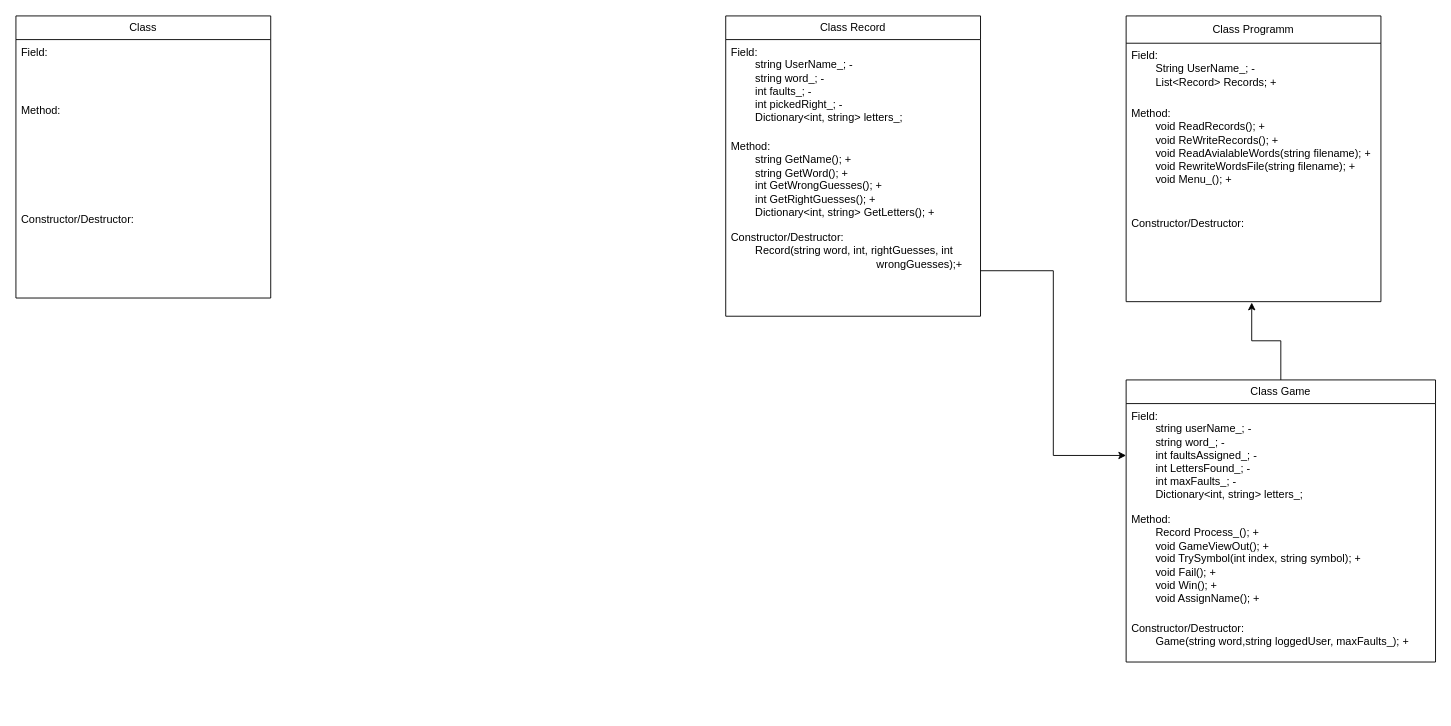
This is Hanged Man UML.drawio from RiftSquadronFounder/Hanged-Man, a draw.io file, before an edit. Source tidied: cells renumbered, new cells numbered last; positions are measured from the earlier drawing's top-left corner, leaving out a move shared by most shapes. Both pictures are drawn from the tidied source at 91%, with x=0, y=0 at pixel (15, 15).
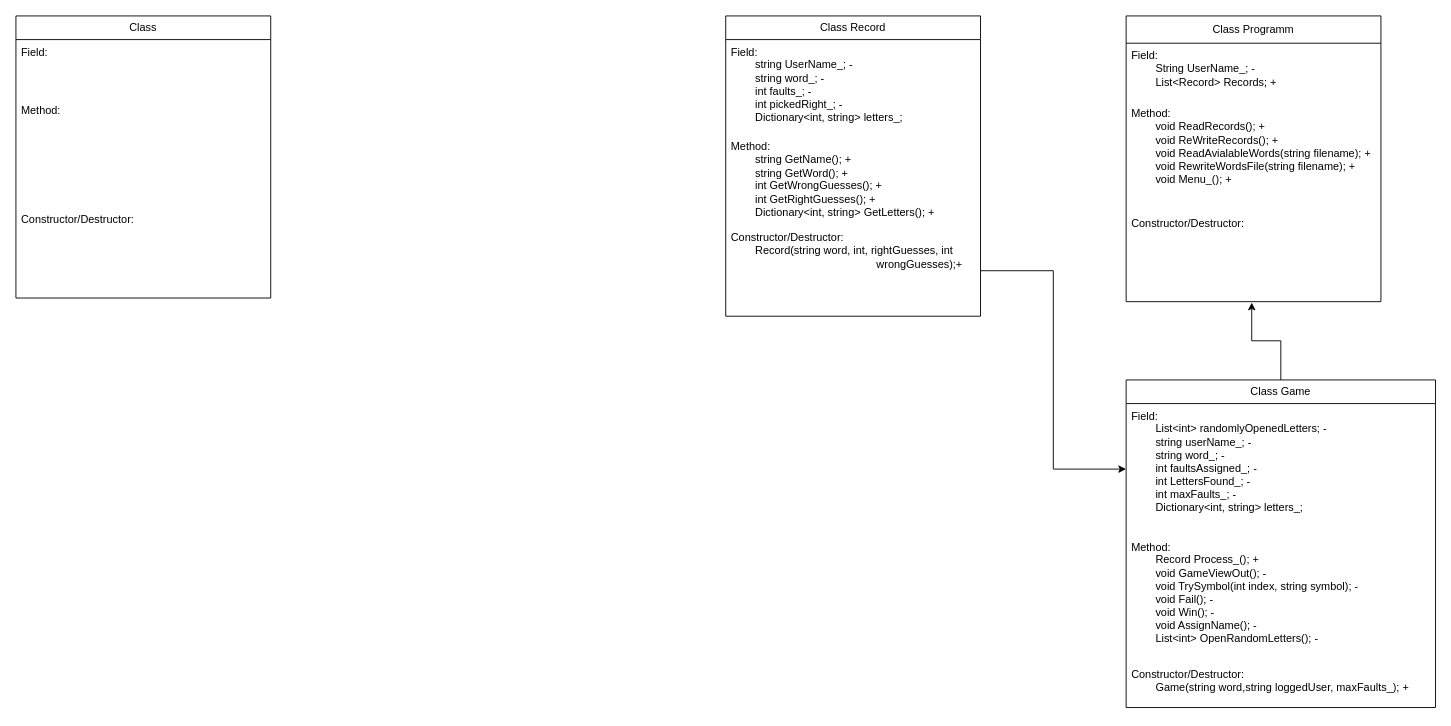
After the change.

Diff of the diagram source:
```diff
@@
 <mxGraphModel>
   <root>
     <mxCell id="0" />
     <mxCell id="1" parent="0" />
     <mxCell id="2" value="Class" style="swimlane;fontStyle=0;horizontal=1;startSize=26;fillColor=none;whiteSpace=wrap;html=1;" parent="1" vertex="1">
       <mxGeometry width="280" height="310" as="geometry" />
     </mxCell>
     <mxCell id="3" value="Field:&amp;nbsp;" style="text;strokeColor=none;fillColor=none;align=left;verticalAlign=top;spacingLeft=4;spacingRight=4;overflow=hidden;whiteSpace=wrap;html=1;" parent="2" vertex="1">
       <mxGeometry y="26" width="280" height="64" as="geometry" />
     </mxCell>
     <mxCell id="4" value="Method:" style="text;strokeColor=none;fillColor=none;align=left;verticalAlign=top;spacingLeft=4;spacingRight=4;overflow=hidden;whiteSpace=wrap;html=1;" parent="2" vertex="1">
       <mxGeometry y="90" width="280" height="120" as="geometry" />
     </mxCell>
     <mxCell id="5" value="Constructor/Destructor:" style="text;strokeColor=none;fillColor=none;align=left;verticalAlign=top;spacingLeft=4;spacingRight=4;overflow=hidden;whiteSpace=wrap;html=1;" parent="2" vertex="1">
       <mxGeometry y="210" width="280" height="100" as="geometry" />
     </mxCell>
     <mxCell id="6" value="Class Programm" style="swimlane;fontStyle=0;horizontal=1;startSize=30;fillColor=none;whiteSpace=wrap;html=1;" parent="1" vertex="1">
       <mxGeometry x="1220" width="280" height="314" as="geometry" />
     </mxCell>
     <mxCell id="7" value="Field:&amp;nbsp;&lt;div&gt;&lt;span style=&quot;white-space: pre;&quot;&gt;&#9;&lt;/span&gt;String UserName_; -&lt;br&gt;&lt;/div&gt;&lt;div&gt;&lt;span style=&quot;white-space: pre;&quot;&gt;&#9;&lt;/span&gt;List&amp;lt;Record&amp;gt; Records; +&lt;br&gt;&lt;/div&gt;" style="text;strokeColor=none;fillColor=none;align=left;verticalAlign=top;spacingLeft=4;spacingRight=4;overflow=hidden;whiteSpace=wrap;html=1;" parent="6" vertex="1">
       <mxGeometry y="30" width="280" height="64" as="geometry" />
     </mxCell>
     <mxCell id="8" value="Method:&lt;div&gt;&lt;div&gt;&lt;div&gt;&lt;span style=&quot;white-space: pre;&quot;&gt;&#9;&lt;/span&gt;&lt;span style=&quot;background-color: transparent; color: light-dark(rgb(0, 0, 0), rgb(255, 255, 255));&quot;&gt;void ReadRecords(); +&lt;/span&gt;&lt;br&gt;&lt;/div&gt;&lt;div&gt;&lt;span style=&quot;white-space: pre;&quot;&gt;&#9;&lt;/span&gt;void ReWriteRecords(); +&lt;br&gt;&lt;div&gt;&lt;span style=&quot;white-space: pre;&quot;&gt;&#9;&lt;/span&gt;void ReadAvialableWords(string filename); +&lt;br&gt;&lt;/div&gt;&lt;div&gt;&lt;span style=&quot;white-space: pre;&quot;&gt;&#9;&lt;/span&gt;void RewriteWordsFile(string filename); +&lt;/div&gt;&lt;/div&gt;&lt;/div&gt;&lt;div&gt;&lt;span style=&quot;white-space: pre;&quot;&gt;&#9;&lt;/span&gt;void Menu_(); +&lt;br&gt;&lt;/div&gt;&lt;/div&gt;" style="text;strokeColor=none;fillColor=none;align=left;verticalAlign=top;spacingLeft=4;spacingRight=4;overflow=hidden;whiteSpace=wrap;html=1;" parent="6" vertex="1">
       <mxGeometry y="94" width="280" height="120" as="geometry" />
     </mxCell>
     <mxCell id="9" value="Constructor/Destructor:" style="text;strokeColor=none;fillColor=none;align=left;verticalAlign=top;spacingLeft=4;spacingRight=4;overflow=hidden;points=[[0,0.5],[1,0.5]];portConstraint=eastwest;whiteSpace=wrap;html=1;" parent="6" vertex="1">
       <mxGeometry y="214" width="280" height="100" as="geometry" />
     </mxCell>
     <mxCell id="10" value="Class Game" style="swimlane;fontStyle=0;horizontal=1;startSize=26;fillColor=none;whiteSpace=wrap;html=1;" parent="1" vertex="1">
-      <mxGeometry x="1220" y="400" width="340" height="310" as="geometry" />
+      <mxGeometry x="1220" y="400" width="340" height="360" as="geometry" />
     </mxCell>
-    <mxCell id="11" value="Field:&lt;div&gt;&lt;span style=&quot;white-space: pre;&quot;&gt;&#9;&lt;/span&gt;string userName_; -&amp;nbsp;&lt;div&gt;&lt;span style=&quot;white-space: pre;&quot;&gt;&#9;&lt;/span&gt;string word_; -&lt;br&gt;&lt;/div&gt;&lt;div&gt;&lt;span style=&quot;white-space: pre;&quot;&gt;&#9;&lt;/span&gt;int faultsAssigned_; -&lt;br&gt;&lt;/div&gt;&lt;div&gt;&lt;span style=&quot;white-space: pre;&quot;&gt;&#9;&lt;/span&gt;int LettersFound_; -&lt;br&gt;&lt;/div&gt;&lt;div&gt;&lt;span style=&quot;white-space: pre;&quot;&gt;&#9;&lt;/span&gt;int maxFaults_; -&lt;br&gt;&lt;/div&gt;&lt;/div&gt;&lt;div&gt;&lt;span style=&quot;white-space: pre;&quot;&gt;&#9;&lt;/span&gt;&lt;span style=&quot;background-color: transparent; color: light-dark(rgb(0, 0, 0), rgb(255, 255, 255));&quot;&gt;Dictionary&amp;lt;int, string&amp;gt; letters_;&lt;/span&gt;&lt;br&gt;&lt;/div&gt;" style="text;strokeColor=none;fillColor=none;align=left;verticalAlign=top;spacingLeft=4;spacingRight=4;overflow=hidden;points=[[0,0.5],[1,0.5]];portConstraint=eastwest;whiteSpace=wrap;html=1;" parent="10" vertex="1">
-      <mxGeometry y="26" width="340" height="114" as="geometry" />
+    <mxCell id="11" value="Field:&lt;div&gt;&lt;span style=&quot;white-space: pre;&quot;&gt;&#9;&lt;/span&gt;List&amp;lt;int&amp;gt; randomlyOpenedLetters; -&lt;br&gt;&lt;div&gt;&lt;span style=&quot;white-space: pre;&quot;&gt;&#9;&lt;/span&gt;string userName_; -&amp;nbsp;&lt;div&gt;&lt;span style=&quot;white-space: pre;&quot;&gt;&#9;&lt;/span&gt;string word_; -&lt;br&gt;&lt;/div&gt;&lt;div&gt;&lt;span style=&quot;white-space: pre;&quot;&gt;&#9;&lt;/span&gt;int faultsAssigned_; -&lt;br&gt;&lt;/div&gt;&lt;div&gt;&lt;span style=&quot;white-space: pre;&quot;&gt;&#9;&lt;/span&gt;int LettersFound_; -&lt;br&gt;&lt;/div&gt;&lt;div&gt;&lt;span style=&quot;white-space: pre;&quot;&gt;&#9;&lt;/span&gt;int maxFaults_; -&lt;/div&gt;&lt;/div&gt;&lt;div&gt;&lt;span style=&quot;white-space: pre;&quot;&gt;&#9;&lt;/span&gt;&lt;span style=&quot;background-color: transparent; color: light-dark(rgb(0, 0, 0), rgb(255, 255, 255));&quot;&gt;Dictionary&amp;lt;int, string&amp;gt; letters_;&lt;/span&gt;&lt;br&gt;&lt;/div&gt;&lt;/div&gt;" style="text;strokeColor=none;fillColor=none;align=left;verticalAlign=top;spacingLeft=4;spacingRight=4;overflow=hidden;points=[[0,0.5],[1,0.5]];portConstraint=eastwest;whiteSpace=wrap;html=1;" parent="10" vertex="1">
+      <mxGeometry y="26" width="340" height="144" as="geometry" />
     </mxCell>
-    <mxCell id="12" value="Method:&lt;div&gt;&lt;span style=&quot;white-space: pre;&quot;&gt;&#9;&lt;/span&gt;Record Process_(); +&lt;br&gt;&lt;div&gt;&lt;span style=&quot;white-space: pre;&quot;&gt;&#9;&lt;/span&gt;void&amp;nbsp;GameViewOut(); +&lt;br&gt;&lt;/div&gt;&lt;div&gt;&lt;span style=&quot;white-space: pre;&quot;&gt;&#9;&lt;/span&gt;void TrySymbol(int index, string symbol); +&lt;br&gt;&lt;/div&gt;&lt;div&gt;&lt;span style=&quot;white-space: pre;&quot;&gt;&#9;&lt;/span&gt;void Fail(); +&lt;br&gt;&lt;/div&gt;&lt;div&gt;&lt;span style=&quot;white-space: pre;&quot;&gt;&#9;&lt;/span&gt;void Win(); +&lt;/div&gt;&lt;div&gt;&lt;span style=&quot;white-space: pre;&quot;&gt;&#9;&lt;/span&gt;void AssignName(); +&lt;br&gt;&lt;/div&gt;&lt;/div&gt;&lt;div&gt;&lt;br&gt;&lt;/div&gt;" style="text;strokeColor=none;fillColor=none;align=left;verticalAlign=top;spacingLeft=4;spacingRight=4;overflow=hidden;whiteSpace=wrap;html=1;" parent="10" vertex="1">
-      <mxGeometry y="140" width="340" height="120" as="geometry" />
+    <mxCell id="12" value="Method:&lt;div&gt;&lt;div&gt;&lt;span style=&quot;white-space: pre;&quot;&gt;&#9;&lt;/span&gt;Record Process_(); +&lt;br&gt;&lt;div&gt;&lt;span style=&quot;white-space: pre;&quot;&gt;&#9;&lt;/span&gt;void&amp;nbsp;GameViewOut(); -&lt;br&gt;&lt;/div&gt;&lt;div&gt;&lt;span style=&quot;white-space: pre;&quot;&gt;&#9;&lt;/span&gt;void TrySymbol(int index, string symbol); -&lt;br&gt;&lt;/div&gt;&lt;div&gt;&lt;span style=&quot;white-space: pre;&quot;&gt;&#9;&lt;/span&gt;void Fail(); -&lt;br&gt;&lt;/div&gt;&lt;div&gt;&lt;span style=&quot;white-space: pre;&quot;&gt;&#9;&lt;/span&gt;void Win(); -&lt;/div&gt;&lt;div&gt;&lt;span style=&quot;white-space: pre;&quot;&gt;&#9;&lt;/span&gt;void AssignName(); -&lt;br&gt;&lt;/div&gt;&lt;/div&gt;&lt;div&gt;&lt;span style=&quot;white-space: pre;&quot;&gt;&#9;&lt;/span&gt;List&amp;lt;int&amp;gt; OpenRandomLetters(); -&lt;br&gt;&lt;/div&gt;&lt;/div&gt;" style="text;strokeColor=none;fillColor=none;align=left;verticalAlign=top;spacingLeft=4;spacingRight=4;overflow=hidden;whiteSpace=wrap;html=1;" parent="10" vertex="1">
+      <mxGeometry y="170" width="340" height="140" as="geometry" />
     </mxCell>
     <mxCell id="13" value="Constructor/Destructor:&lt;div&gt;&lt;span style=&quot;white-space: pre;&quot;&gt;&#9;&lt;/span&gt;Game(string word,string loggedUser, maxFaults_); +&lt;br&gt;&lt;/div&gt;" style="text;strokeColor=none;fillColor=none;align=left;verticalAlign=top;spacingLeft=4;spacingRight=4;overflow=hidden;whiteSpace=wrap;html=1;" parent="10" vertex="1">
-      <mxGeometry y="260" width="340" height="50" as="geometry" />
+      <mxGeometry y="310" width="340" height="50" as="geometry" />
     </mxCell>
     <mxCell id="14" style="edgeStyle=orthogonalEdgeStyle;rounded=0;jettySize=auto;html=1;entryX=0.493;entryY=1.01;entryDx=0;entryDy=0;entryPerimeter=0;" parent="1" edge="1" source="10" target="9">
       <mxGeometry relative="1" as="geometry" />
     </mxCell>
     <mxCell id="15" value="Class Record" style="swimlane;fontStyle=0;horizontal=1;startSize=26;fillColor=none;whiteSpace=wrap;html=1;" parent="1" vertex="1">
       <mxGeometry x="780" width="280" height="330" as="geometry" />
     </mxCell>
     <mxCell id="16" value="Field:&amp;nbsp;&lt;div&gt;&lt;span style=&quot;white-space: pre;&quot;&gt;&#9;&lt;/span&gt;string UserName_; -&lt;br&gt;&lt;div&gt;&lt;span style=&quot;white-space: pre;&quot;&gt;&#9;&lt;/span&gt;string word_; -&lt;br&gt;&lt;/div&gt;&lt;div&gt;&lt;span style=&quot;white-space: pre;&quot;&gt;&#9;&lt;/span&gt;int faults_; -&lt;br&gt;&lt;/div&gt;&lt;div&gt;&lt;span style=&quot;white-space: pre;&quot;&gt;&#9;&lt;/span&gt;int pickedRight_; -&lt;br&gt;&lt;/div&gt;&lt;/div&gt;&lt;div&gt;&lt;span style=&quot;white-space: pre;&quot;&gt;&#9;&lt;/span&gt;Dictionary&amp;lt;int, string&amp;gt; letters_;&lt;br&gt;&lt;/div&gt;" style="text;strokeColor=none;fillColor=none;align=left;verticalAlign=top;spacingLeft=4;spacingRight=4;overflow=hidden;whiteSpace=wrap;html=1;" parent="15" vertex="1">
       <mxGeometry y="26" width="280" height="104" as="geometry" />
     </mxCell>
     <mxCell id="17" value="Method:&lt;div&gt;&lt;span style=&quot;white-space: pre;&quot;&gt;&#9;&lt;/span&gt;string GetName(); +&lt;br&gt;&lt;div&gt;&lt;span style=&quot;white-space: pre;&quot;&gt;&#9;&lt;/span&gt;string GetWord(); +&lt;br&gt;&lt;/div&gt;&lt;div&gt;&lt;span style=&quot;white-space: pre;&quot;&gt;&#9;&lt;/span&gt;int GetWrongGuesses(); +&lt;br&gt;&lt;/div&gt;&lt;div&gt;&lt;span style=&quot;white-space: pre;&quot;&gt;&#9;&lt;/span&gt;int GetRightGuesses(); +&lt;br&gt;&lt;/div&gt;&lt;/div&gt;&lt;div&gt;&lt;span style=&quot;white-space: pre;&quot;&gt;&#9;&lt;/span&gt;Dictionary&amp;lt;int, string&amp;gt; GetLetters(); +&lt;br&gt;&lt;/div&gt;" style="text;strokeColor=none;fillColor=none;align=left;verticalAlign=top;spacingLeft=4;spacingRight=4;overflow=hidden;whiteSpace=wrap;html=1;" parent="15" vertex="1">
       <mxGeometry y="130" width="280" height="100" as="geometry" />
     </mxCell>
     <mxCell id="18" value="Constructor/Destructor:&lt;div&gt;&lt;span style=&quot;white-space: pre;&quot;&gt;&#9;&lt;/span&gt;Record(string word, int, rightGuesses, int &lt;span style=&quot;white-space: pre;&quot;&gt;&#9;&lt;/span&gt;&lt;span style=&quot;white-space: pre;&quot;&gt;&#9;&lt;/span&gt;&lt;span style=&quot;white-space: pre;&quot;&gt;&#9;&lt;/span&gt;&lt;span style=&quot;white-space: pre;&quot;&gt;&#9;&lt;/span&gt;&lt;span style=&quot;white-space: pre;&quot;&gt;&#9;&lt;/span&gt;&lt;span style=&quot;white-space: pre;&quot;&gt;&#9;&lt;/span&gt;wrongGuesses);+&lt;br&gt;&lt;/div&gt;" style="text;strokeColor=none;fillColor=none;align=left;verticalAlign=top;spacingLeft=4;spacingRight=4;overflow=hidden;points=[[0,0.5],[1,0.5]];portConstraint=eastwest;whiteSpace=wrap;html=1;" parent="15" vertex="1">
       <mxGeometry y="230" width="280" height="100" as="geometry" />
     </mxCell>
     <mxCell id="19" style="edgeStyle=orthogonalEdgeStyle;rounded=0;jettySize=auto;html=1;entryX=0;entryY=0.5;entryDx=0;entryDy=0;" parent="1" edge="1" source="18" target="11">
       <mxGeometry relative="1" as="geometry" />
     </mxCell>
   </root>
 </mxGraphModel>
```
